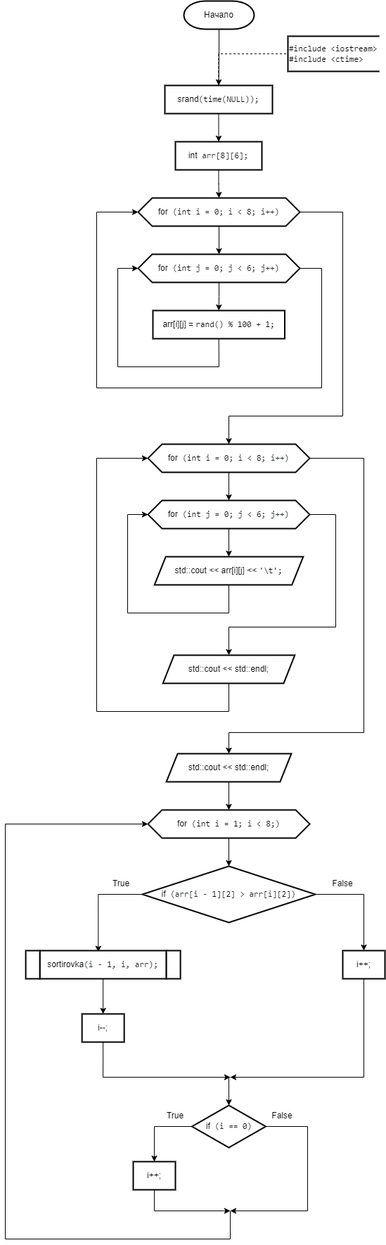
Before: 2 Семестр/Labs/5 Лаба(Двумерные массивы)/Двумерные массивы.png, a diagram exported from draw.io (IlyaFedoseev227/LABS-PNRPU-IVT-22-1b). Source tidied: cells renumbered, new cells last; positions are measured from the earlier drawing's top-left corner, leaving out a move shared by most shapes.
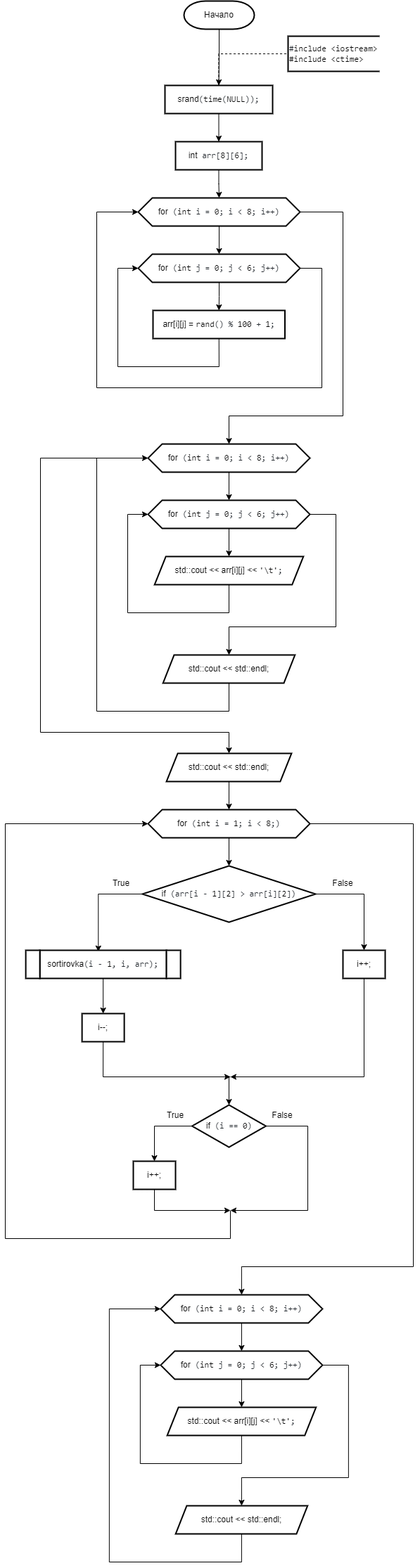
The same file after the commit.

The edit, as a diff of the source:
```diff
@@ -75,8 +75,8 @@
     <mxCell id="19" style="edgeStyle=orthogonalEdgeStyle;rounded=0;jettySize=auto;html=1;exitX=1;exitY=0.5;exitDx=0;exitDy=0;entryX=0.5;entryY=0;entryDx=0;entryDy=0;" parent="1" edge="1" source="20" target="29">
       <mxGeometry relative="1" as="geometry">
         <Array as="points">
-          <mxPoint x="510" y="650" />
-          <mxPoint x="510" y="1040" />
+          <mxPoint x="50" y="650" />
+          <mxPoint x="50" y="1040" />
           <mxPoint x="318" y="1040" />
         </Array>
       </mxGeometry>
@@ -132,6 +132,15 @@
     <mxCell id="30" style="edgeStyle=orthogonalEdgeStyle;rounded=0;jettySize=auto;html=1;exitX=0.5;exitY=1;exitDx=0;exitDy=0;entryX=0.5;entryY=0;entryDx=0;entryDy=0;" parent="1" edge="1" source="31" target="35">
       <mxGeometry relative="1" as="geometry" />
     </mxCell>
+    <mxCell id="54" style="edgeStyle=orthogonalEdgeStyle;rounded=0;jettySize=auto;html=1;exitX=1;exitY=0.5;exitDx=0;exitDy=0;entryX=0.5;entryY=0;entryDx=0;entryDy=0;" parent="1" edge="1" source="31" target="56">
+      <mxGeometry relative="1" as="geometry">
+        <Array as="points">
+          <mxPoint x="580" y="1170" />
+          <mxPoint x="580" y="1800" />
+          <mxPoint x="336" y="1800" />
+        </Array>
+      </mxGeometry>
+    </mxCell>
     <mxCell id="31" value="&lt;div style=&quot;text-align: start;&quot;&gt;for&lt;span style=&quot;color: rgb(36, 41, 47); font-family: ui-monospace, SFMono-Regular, &amp;quot;SF Mono&amp;quot;, Menlo, Consolas, &amp;quot;Liberation Mono&amp;quot;, monospace; background-color: rgb(255, 255, 255);&quot;&gt; (&lt;/span&gt;&lt;span style=&quot;box-sizing: border-box; color: var(--color-prettylights-syntax-keyword); font-family: ui-monospace, SFMono-Regular, &amp;quot;SF Mono&amp;quot;, Menlo, Consolas, &amp;quot;Liberation Mono&amp;quot;, monospace; background-color: rgb(255, 255, 255);&quot; class=&quot;pl-k&quot;&gt;int&lt;/span&gt;&lt;span style=&quot;color: rgb(36, 41, 47); font-family: ui-monospace, SFMono-Regular, &amp;quot;SF Mono&amp;quot;, Menlo, Consolas, &amp;quot;Liberation Mono&amp;quot;, monospace; background-color: rgb(255, 255, 255);&quot;&gt; i = &lt;/span&gt;&lt;span style=&quot;box-sizing: border-box; color: var(--color-prettylights-syntax-constant); font-family: ui-monospace, SFMono-Regular, &amp;quot;SF Mono&amp;quot;, Menlo, Consolas, &amp;quot;Liberation Mono&amp;quot;, monospace; background-color: rgb(255, 255, 255);&quot; class=&quot;pl-c1&quot;&gt;1&lt;/span&gt;&lt;span style=&quot;color: rgb(36, 41, 47); font-family: ui-monospace, SFMono-Regular, &amp;quot;SF Mono&amp;quot;, Menlo, Consolas, &amp;quot;Liberation Mono&amp;quot;, monospace; background-color: rgb(255, 255, 255);&quot;&gt;; i &amp;lt; &lt;/span&gt;&lt;span style=&quot;box-sizing: border-box; color: var(--color-prettylights-syntax-constant); font-family: ui-monospace, SFMono-Regular, &amp;quot;SF Mono&amp;quot;, Menlo, Consolas, &amp;quot;Liberation Mono&amp;quot;, monospace; background-color: rgb(255, 255, 255);&quot; class=&quot;pl-c1&quot;&gt;8&lt;/span&gt;&lt;span style=&quot;color: rgb(36, 41, 47); font-family: ui-monospace, SFMono-Regular, &amp;quot;SF Mono&amp;quot;, Menlo, Consolas, &amp;quot;Liberation Mono&amp;quot;, monospace; background-color: rgb(255, 255, 255);&quot;&gt;;)&lt;/span&gt;&lt;br&gt;&lt;/div&gt;" style="shape=hexagon;perimeter=hexagonPerimeter2;whiteSpace=wrap;html=1;fixedSize=1;strokeWidth=2;" parent="1" vertex="1">
       <mxGeometry x="203" y="1150" width="230" height="40" as="geometry" />
     </mxCell>
@@ -235,5 +244,50 @@
     <mxCell id="53" value="False" style="text;html=1;strokeColor=none;fillColor=none;align=center;verticalAlign=middle;whiteSpace=wrap;rounded=0;strokeWidth=2;" parent="1" vertex="1">
       <mxGeometry x="363.8" y="1570" width="60" height="30" as="geometry" />
     </mxCell>
+    <mxCell id="55" style="edgeStyle=orthogonalEdgeStyle;rounded=0;jettySize=auto;html=1;exitX=0.5;exitY=1;exitDx=0;exitDy=0;" parent="1" edge="1" source="56" target="59">
+      <mxGeometry relative="1" as="geometry" />
+    </mxCell>
+    <mxCell id="56" value="&lt;div style=&quot;text-align: start;&quot;&gt;for&lt;span style=&quot;color: rgb(36, 41, 47); font-family: ui-monospace, SFMono-Regular, &amp;quot;SF Mono&amp;quot;, Menlo, Consolas, &amp;quot;Liberation Mono&amp;quot;, monospace; background-color: rgb(255, 255, 255);&quot;&gt; (&lt;/span&gt;&lt;span style=&quot;box-sizing: border-box; color: var(--color-prettylights-syntax-keyword); font-family: ui-monospace, SFMono-Regular, &amp;quot;SF Mono&amp;quot;, Menlo, Consolas, &amp;quot;Liberation Mono&amp;quot;, monospace; background-color: rgb(255, 255, 255);&quot; class=&quot;pl-k&quot;&gt;int&lt;/span&gt;&lt;span style=&quot;color: rgb(36, 41, 47); font-family: ui-monospace, SFMono-Regular, &amp;quot;SF Mono&amp;quot;, Menlo, Consolas, &amp;quot;Liberation Mono&amp;quot;, monospace; background-color: rgb(255, 255, 255);&quot;&gt; i = &lt;/span&gt;&lt;span style=&quot;box-sizing: border-box; color: var(--color-prettylights-syntax-constant); font-family: ui-monospace, SFMono-Regular, &amp;quot;SF Mono&amp;quot;, Menlo, Consolas, &amp;quot;Liberation Mono&amp;quot;, monospace; background-color: rgb(255, 255, 255);&quot; class=&quot;pl-c1&quot;&gt;0&lt;/span&gt;&lt;span style=&quot;color: rgb(36, 41, 47); font-family: ui-monospace, SFMono-Regular, &amp;quot;SF Mono&amp;quot;, Menlo, Consolas, &amp;quot;Liberation Mono&amp;quot;, monospace; background-color: rgb(255, 255, 255);&quot;&gt;; i &amp;lt; &lt;/span&gt;&lt;span style=&quot;box-sizing: border-box; color: var(--color-prettylights-syntax-constant); font-family: ui-monospace, SFMono-Regular, &amp;quot;SF Mono&amp;quot;, Menlo, Consolas, &amp;quot;Liberation Mono&amp;quot;, monospace; background-color: rgb(255, 255, 255);&quot; class=&quot;pl-c1&quot;&gt;8&lt;/span&gt;&lt;span style=&quot;color: rgb(36, 41, 47); font-family: ui-monospace, SFMono-Regular, &amp;quot;SF Mono&amp;quot;, Menlo, Consolas, &amp;quot;Liberation Mono&amp;quot;, monospace; background-color: rgb(255, 255, 255);&quot;&gt;; i++)&lt;/span&gt;&lt;br&gt;&lt;/div&gt;" style="shape=hexagon;perimeter=hexagonPerimeter2;whiteSpace=wrap;html=1;fixedSize=1;strokeWidth=2;" parent="1" vertex="1">
+      <mxGeometry x="220.9" y="1840" width="230" height="40" as="geometry" />
+    </mxCell>
+    <mxCell id="57" style="edgeStyle=orthogonalEdgeStyle;rounded=0;jettySize=auto;html=1;exitX=0.5;exitY=1;exitDx=0;exitDy=0;entryX=0.5;entryY=0;entryDx=0;entryDy=0;" parent="1" edge="1" source="59" target="61">
+      <mxGeometry relative="1" as="geometry" />
+    </mxCell>
+    <mxCell id="58" style="edgeStyle=orthogonalEdgeStyle;rounded=0;jettySize=auto;html=1;exitX=1;exitY=0.5;exitDx=0;exitDy=0;entryX=0.5;entryY=0;entryDx=0;entryDy=0;" parent="1" edge="1" source="59" target="63">
+      <mxGeometry relative="1" as="geometry">
+        <Array as="points">
+          <mxPoint x="487.9" y="1940" />
+          <mxPoint x="487.9" y="2100" />
+          <mxPoint x="335.9" y="2100" />
+        </Array>
+      </mxGeometry>
+    </mxCell>
+    <mxCell id="59" value="&lt;div style=&quot;text-align: start;&quot;&gt;for&lt;span style=&quot;color: rgb(36, 41, 47); font-family: ui-monospace, SFMono-Regular, &amp;quot;SF Mono&amp;quot;, Menlo, Consolas, &amp;quot;Liberation Mono&amp;quot;, monospace; background-color: rgb(255, 255, 255);&quot;&gt; (&lt;/span&gt;&lt;span style=&quot;box-sizing: border-box; color: var(--color-prettylights-syntax-keyword); font-family: ui-monospace, SFMono-Regular, &amp;quot;SF Mono&amp;quot;, Menlo, Consolas, &amp;quot;Liberation Mono&amp;quot;, monospace; background-color: rgb(255, 255, 255);&quot; class=&quot;pl-k&quot;&gt;int&lt;/span&gt;&lt;span style=&quot;color: rgb(36, 41, 47); font-family: ui-monospace, SFMono-Regular, &amp;quot;SF Mono&amp;quot;, Menlo, Consolas, &amp;quot;Liberation Mono&amp;quot;, monospace; background-color: rgb(255, 255, 255);&quot;&gt; j = &lt;/span&gt;&lt;span style=&quot;box-sizing: border-box; color: var(--color-prettylights-syntax-constant); font-family: ui-monospace, SFMono-Regular, &amp;quot;SF Mono&amp;quot;, Menlo, Consolas, &amp;quot;Liberation Mono&amp;quot;, monospace; background-color: rgb(255, 255, 255);&quot; class=&quot;pl-c1&quot;&gt;0&lt;/span&gt;&lt;span style=&quot;color: rgb(36, 41, 47); font-family: ui-monospace, SFMono-Regular, &amp;quot;SF Mono&amp;quot;, Menlo, Consolas, &amp;quot;Liberation Mono&amp;quot;, monospace; background-color: rgb(255, 255, 255);&quot;&gt;; j &amp;lt; &lt;/span&gt;&lt;span style=&quot;box-sizing: border-box; color: var(--color-prettylights-syntax-constant); font-family: ui-monospace, SFMono-Regular, &amp;quot;SF Mono&amp;quot;, Menlo, Consolas, &amp;quot;Liberation Mono&amp;quot;, monospace; background-color: rgb(255, 255, 255);&quot; class=&quot;pl-c1&quot;&gt;6&lt;/span&gt;&lt;span style=&quot;color: rgb(36, 41, 47); font-family: ui-monospace, SFMono-Regular, &amp;quot;SF Mono&amp;quot;, Menlo, Consolas, &amp;quot;Liberation Mono&amp;quot;, monospace; background-color: rgb(255, 255, 255);&quot;&gt;; j++)&lt;/span&gt;&lt;br&gt;&lt;/div&gt;" style="shape=hexagon;perimeter=hexagonPerimeter2;whiteSpace=wrap;html=1;fixedSize=1;strokeWidth=2;" parent="1" vertex="1">
+      <mxGeometry x="220.9" y="1920" width="230" height="40" as="geometry" />
+    </mxCell>
+    <mxCell id="60" style="edgeStyle=orthogonalEdgeStyle;rounded=0;jettySize=auto;html=1;exitX=0.5;exitY=1;exitDx=0;exitDy=0;entryX=0;entryY=0.5;entryDx=0;entryDy=0;" parent="1" edge="1" source="61" target="59">
+      <mxGeometry relative="1" as="geometry">
+        <Array as="points">
+          <mxPoint x="335.9" y="2080" />
+          <mxPoint x="191.9" y="2080" />
+          <mxPoint x="191.9" y="1940" />
+        </Array>
+      </mxGeometry>
+    </mxCell>
+    <mxCell id="61" value="&lt;div style=&quot;text-align: start;&quot;&gt;std::cout &amp;lt;&amp;lt; arr[i][j] &amp;lt;&amp;lt; &lt;span style=&quot;box-sizing: border-box; color: var(--color-prettylights-syntax-string); font-family: ui-monospace, SFMono-Regular, &amp;quot;SF Mono&amp;quot;, Menlo, Consolas, &amp;quot;Liberation Mono&amp;quot;, monospace; background-color: rgb(255, 255, 255);&quot; class=&quot;pl-s&quot;&gt;&lt;span style=&quot;box-sizing: border-box; color: var(--color-prettylights-syntax-string);&quot; class=&quot;pl-pds&quot;&gt;'&lt;/span&gt;&lt;span style=&quot;box-sizing: border-box;&quot; class=&quot;pl-cce&quot;&gt;\t&lt;/span&gt;&lt;span style=&quot;box-sizing: border-box; color: var(--color-prettylights-syntax-string);&quot; class=&quot;pl-pds&quot;&gt;'&lt;/span&gt;&lt;/span&gt;&lt;span style=&quot;color: rgb(36, 41, 47); font-family: ui-monospace, SFMono-Regular, &amp;quot;SF Mono&amp;quot;, Menlo, Consolas, &amp;quot;Liberation Mono&amp;quot;, monospace; background-color: rgb(255, 255, 255);&quot;&gt;;&lt;/span&gt;&lt;br&gt;&lt;/div&gt;" style="shape=parallelogram;perimeter=parallelogramPerimeter;whiteSpace=wrap;html=1;fixedSize=1;strokeWidth=2;size=16;" parent="1" vertex="1">
+      <mxGeometry x="230.2" y="2000" width="211.5" height="40" as="geometry" />
+    </mxCell>
+    <mxCell id="62" style="edgeStyle=orthogonalEdgeStyle;rounded=0;jettySize=auto;html=1;exitX=0.5;exitY=1;exitDx=0;exitDy=0;entryX=0;entryY=0.5;entryDx=0;entryDy=0;" parent="1" edge="1" source="63" target="56">
+      <mxGeometry relative="1" as="geometry">
+        <Array as="points">
+          <mxPoint x="335.9" y="2220" />
+          <mxPoint x="147.9" y="2220" />
+          <mxPoint x="147.9" y="1860" />
+        </Array>
+      </mxGeometry>
+    </mxCell>
+    <mxCell id="63" value="&lt;div style=&quot;text-align: start;&quot;&gt;std::cout &amp;lt;&amp;lt; std::endl;&lt;br&gt;&lt;/div&gt;" style="shape=parallelogram;perimeter=parallelogramPerimeter;whiteSpace=wrap;html=1;fixedSize=1;strokeWidth=2;size=15.75;" parent="1" vertex="1">
+      <mxGeometry x="242.2" y="2140" width="187.5" height="40" as="geometry" />
+    </mxCell>
   </root>
 </mxGraphModel>
```
